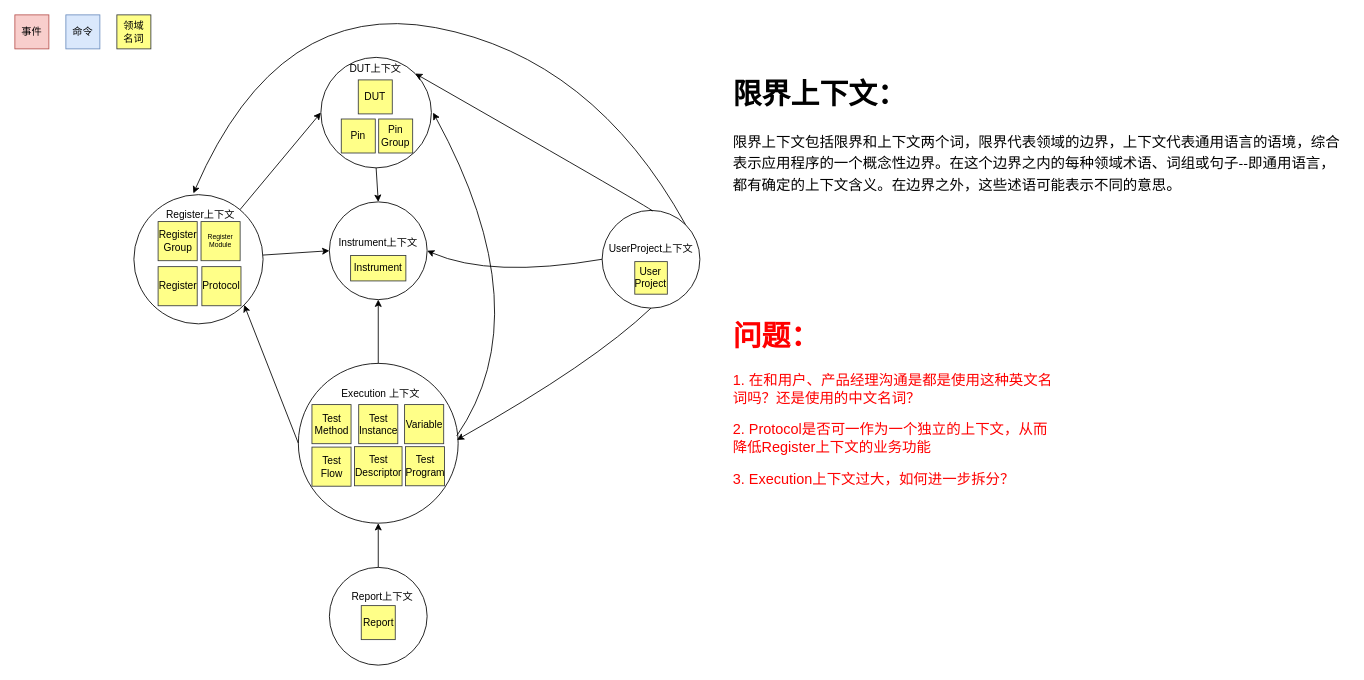
Above: page "限界上下文依赖关系（战略设计）" (1 of 3) of ddd/Copy of gb_ddd_event_storm.drawio in liulijun-dev/gb (draw.io), before the change. Source tidied: cells renumbered, new cells numbered last; positions are measured from the earlier drawing's top-left corner, leaving out a move shared by most shapes. Both pictures are drawn from the tidied source at 85%, with x=0, y=0 at pixel (14, -3).
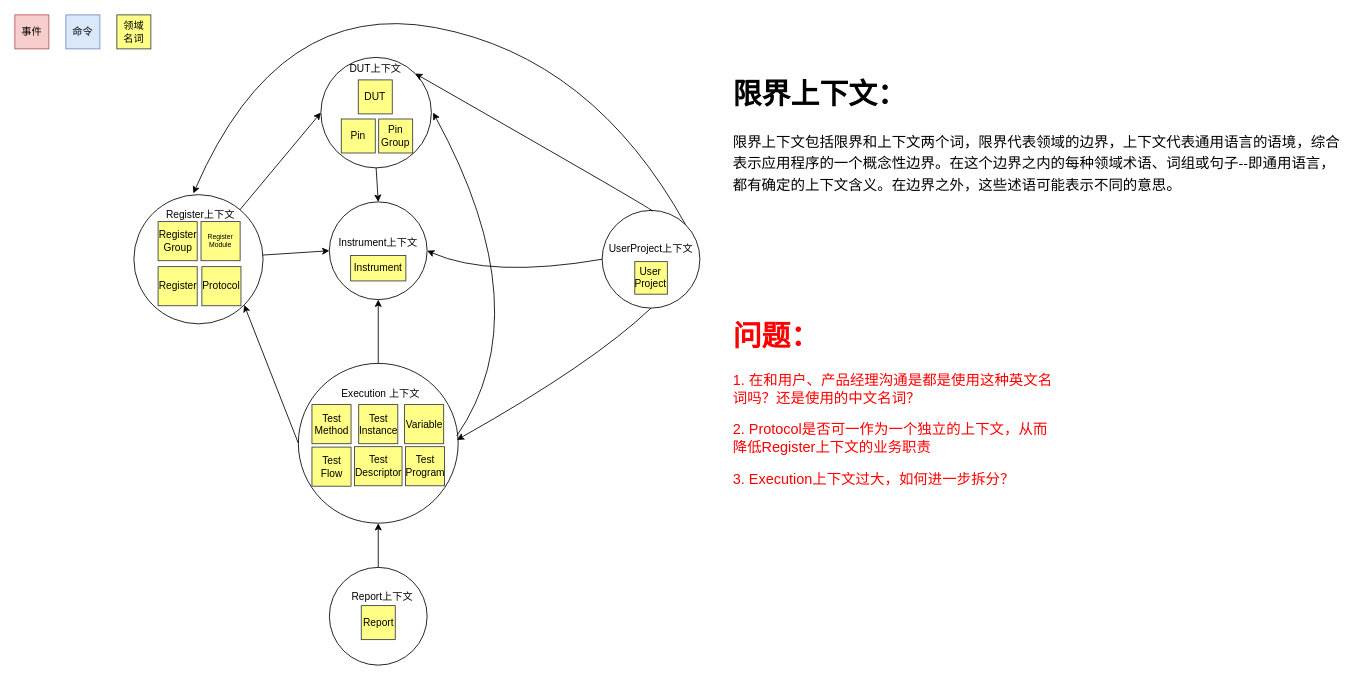
The same page after the edit.

Diff of the diagram source:
```diff
@@
-    <mxCell id="51" value="&lt;h1&gt;问题：&lt;/h1&gt;&lt;p&gt;1. 在和用户、产品经理沟通是都是使用这种英文名词吗？还是使用的中文名词？&lt;/p&gt;&lt;p&gt;2. Protocol是否可一作为一个独立的上下文，从而降低Register上下文的业务功能&lt;/p&gt;&lt;p&gt;3. Execution上下文过大，如何进一步拆分？&lt;/p&gt;&lt;p&gt;&lt;br&gt;&lt;/p&gt;" style="text;html=1;strokeColor=none;fillColor=none;spacing=5;spacingTop=-20;whiteSpace=wrap;overflow=hidden;rounded=0;fontSize=17;fontColor=#FF0000;" parent="1" vertex="1">
+    <mxCell id="51" value="&lt;h1&gt;问题：&lt;/h1&gt;&lt;p&gt;1. 在和用户、产品经理沟通是都是使用这种英文名词吗？还是使用的中文名词？&lt;/p&gt;&lt;p&gt;2. Protocol是否可一作为一个独立的上下文，从而降低Register上下文的业务职责&lt;/p&gt;&lt;p&gt;3. Execution上下文过大，如何进一步拆分？&lt;/p&gt;&lt;p&gt;&lt;br&gt;&lt;/p&gt;" style="text;html=1;strokeColor=none;fillColor=none;spacing=5;spacingTop=-20;whiteSpace=wrap;overflow=hidden;rounded=0;fontSize=17;fontColor=#FF0000;" parent="1" vertex="1">
       <mxGeometry x="840" y="365" width="390" height="225" as="geometry" />
     </mxCell>
```
